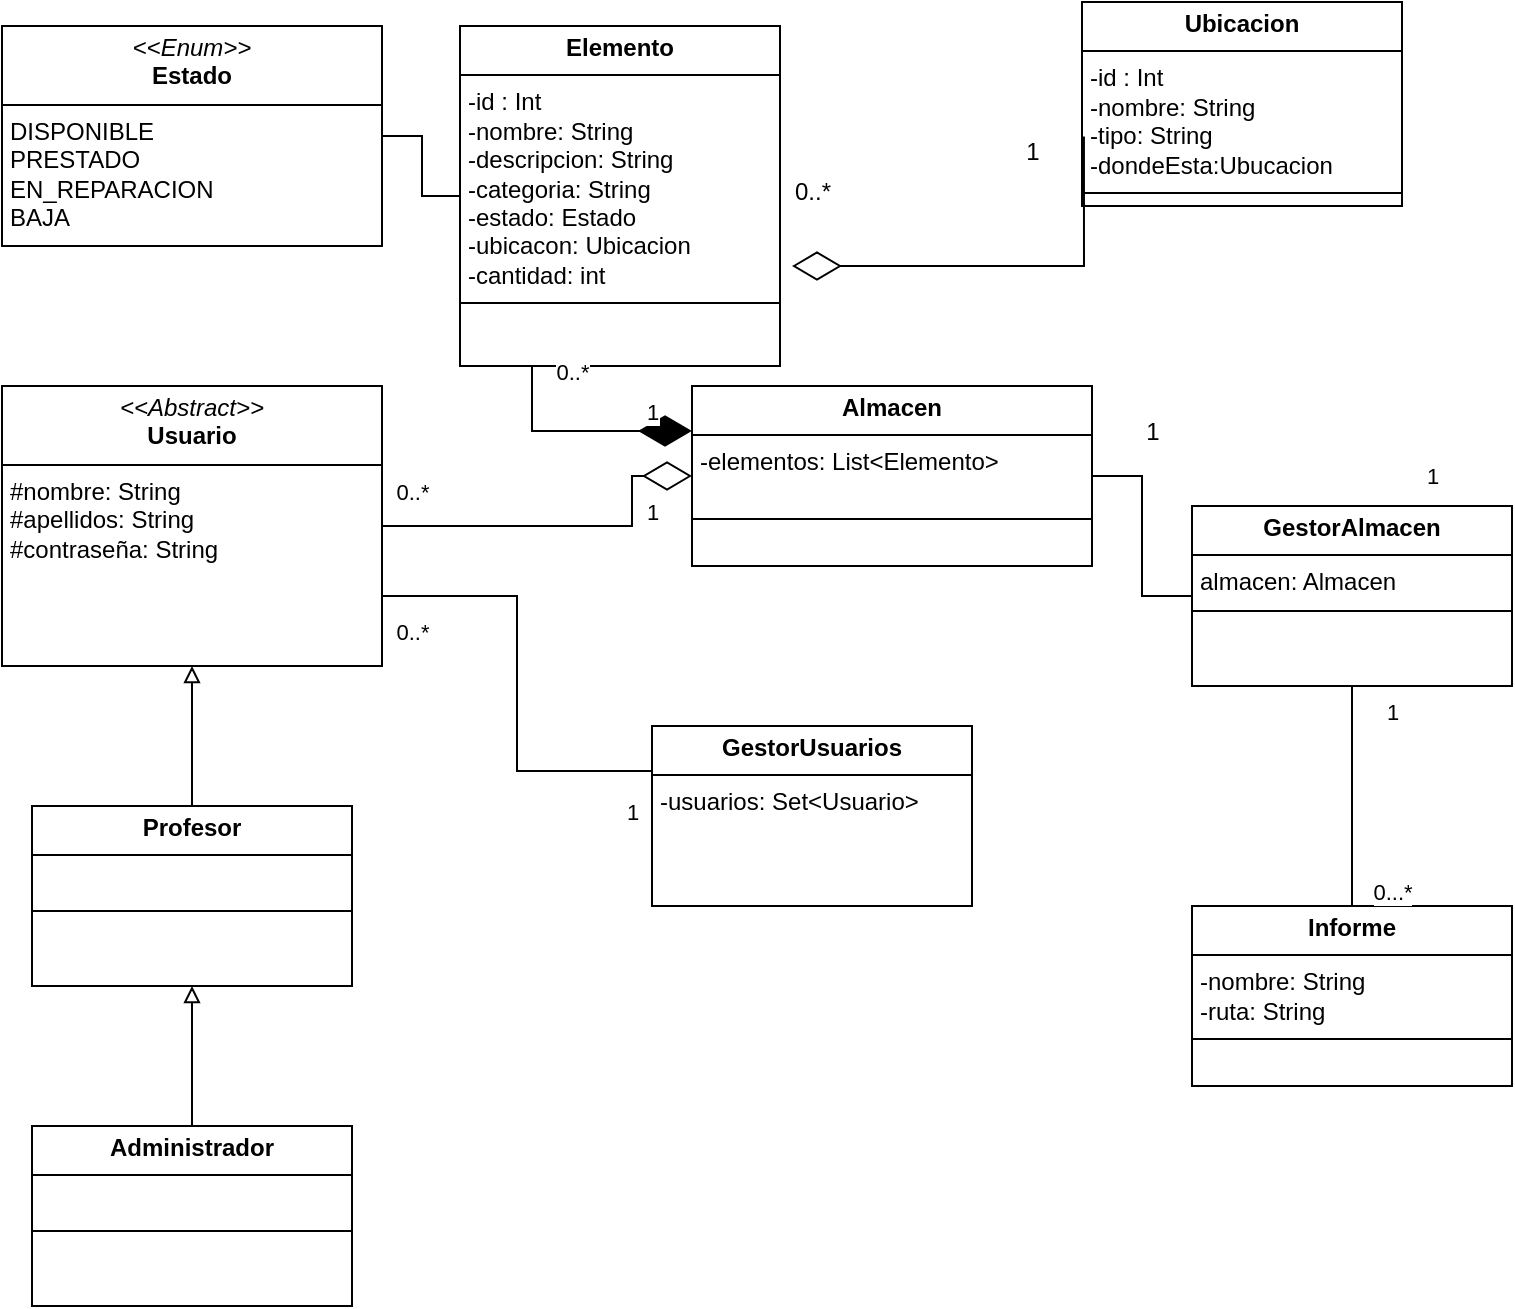
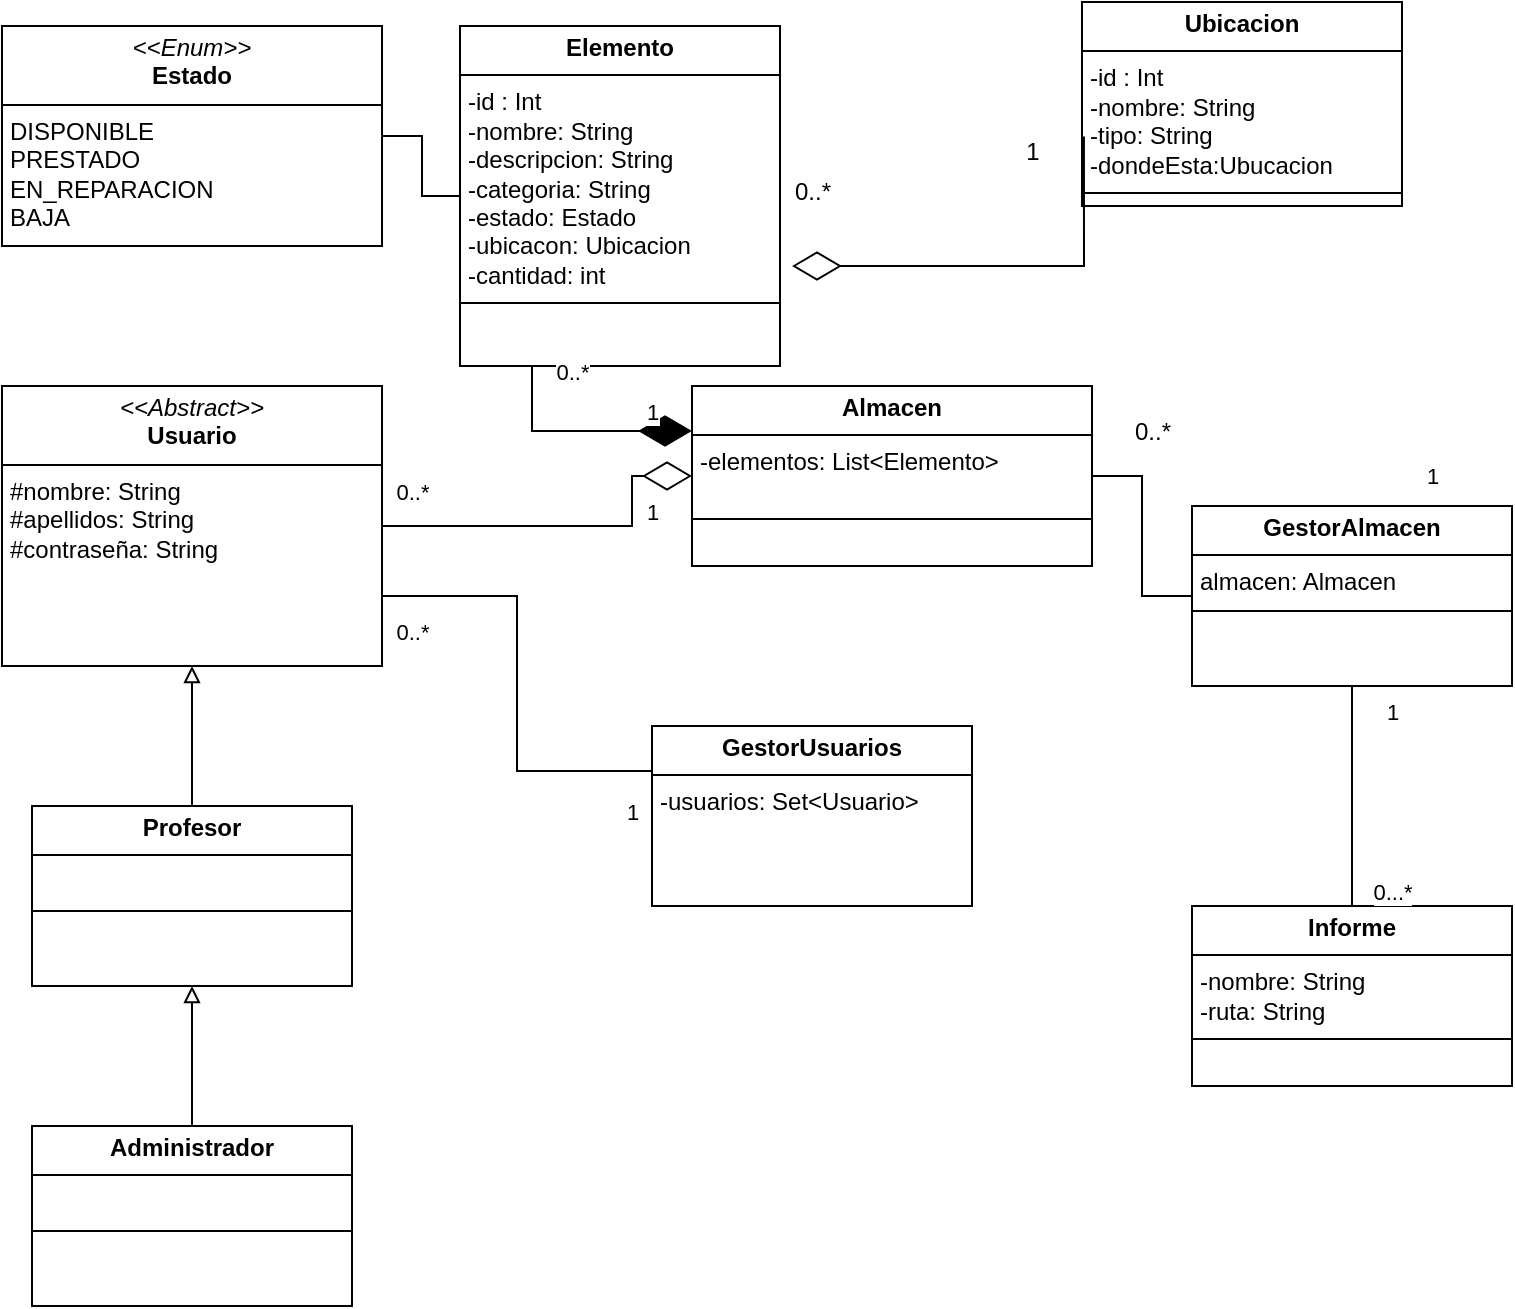
<mxfile host="Electron" agent="Mozilla/5.0 (Windows NT 10.0; Win64; x64) AppleWebKit/537.36 (KHTML, like Gecko) draw.io/27.0.9 Chrome/134.0.6998.205 Electron/35.4.0 Safari/537.36" version="27.0.9">
  <diagram name="Página-1" id="TcyikMFCeleIYH7PnGYs">
-     <mxGraphModel dx="922" dy="866" grid="1" gridSize="10" guides="1" tooltips="1" connect="1" arrows="1" fold="1" page="1" pageScale="1" pageWidth="827" pageHeight="1169" math="0" shadow="0">
+     <mxGraphModel dx="1665" dy="841" grid="1" gridSize="10" guides="1" tooltips="1" connect="1" arrows="1" fold="1" page="1" pageScale="1" pageWidth="827" pageHeight="1169" math="0" shadow="0">
      <root>
        <mxCell id="0" />
        <mxCell id="1" parent="0" />
        <mxCell id="zlNG7Gkw8yNjDqdYWN0c-17" style="edgeStyle=orthogonalEdgeStyle;shape=connector;rounded=0;orthogonalLoop=1;jettySize=auto;html=1;exitX=1;exitY=0.5;exitDx=0;exitDy=0;entryX=0;entryY=0.5;entryDx=0;entryDy=0;strokeColor=default;align=center;verticalAlign=middle;fontFamily=Helvetica;fontSize=11;fontColor=default;labelBackgroundColor=default;endArrow=none;endFill=0;" parent="1" source="zlNG7Gkw8yNjDqdYWN0c-1" target="zlNG7Gkw8yNjDqdYWN0c-8" edge="1">
          <mxGeometry relative="1" as="geometry" />
        </mxCell>
        <mxCell id="zlNG7Gkw8yNjDqdYWN0c-1" value="&lt;p style=&quot;margin:0px;margin-top:4px;text-align:center;&quot;&gt;&lt;b&gt;Almacen&lt;/b&gt;&lt;/p&gt;&lt;hr size=&quot;1&quot; style=&quot;border-style:solid;&quot;&gt;&lt;p style=&quot;margin:0px;margin-left:4px;&quot;&gt;-elementos: List&amp;lt;Elemento&amp;gt;&lt;/p&gt;&lt;p style=&quot;margin:0px;margin-left:4px;&quot;&gt;&lt;br&gt;&lt;/p&gt;&lt;hr size=&quot;1&quot; style=&quot;border-style:solid;&quot;&gt;&lt;p style=&quot;margin:0px;margin-left:4px;&quot;&gt;&lt;br&gt;&lt;/p&gt;" style="verticalAlign=top;align=left;overflow=fill;html=1;whiteSpace=wrap;" parent="1" vertex="1">
          <mxGeometry x="370" y="210" width="200" height="90" as="geometry" />
        </mxCell>
        <mxCell id="zlNG7Gkw8yNjDqdYWN0c-19" style="edgeStyle=orthogonalEdgeStyle;shape=connector;rounded=0;orthogonalLoop=1;jettySize=auto;html=1;exitX=1;exitY=0.75;exitDx=0;exitDy=0;entryX=0;entryY=0.25;entryDx=0;entryDy=0;strokeColor=default;align=center;verticalAlign=middle;fontFamily=Helvetica;fontSize=11;fontColor=default;labelBackgroundColor=default;endArrow=none;endFill=0;" parent="1" source="zlNG7Gkw8yNjDqdYWN0c-2" target="zlNG7Gkw8yNjDqdYWN0c-11" edge="1">
          <mxGeometry relative="1" as="geometry" />
        </mxCell>
        <mxCell id="zlNG7Gkw8yNjDqdYWN0c-21" style="edgeStyle=orthogonalEdgeStyle;shape=connector;rounded=0;orthogonalLoop=1;jettySize=auto;html=1;exitX=1;exitY=0.5;exitDx=0;exitDy=0;entryX=0;entryY=0.5;entryDx=0;entryDy=0;strokeColor=default;align=center;verticalAlign=middle;fontFamily=Helvetica;fontSize=11;fontColor=default;labelBackgroundColor=default;endArrow=diamondThin;endFill=0;endSize=22;" parent="1" source="zlNG7Gkw8yNjDqdYWN0c-2" target="zlNG7Gkw8yNjDqdYWN0c-1" edge="1">
          <mxGeometry relative="1" as="geometry">
            <Array as="points">
              <mxPoint x="340" y="280" />
              <mxPoint x="340" y="255" />
            </Array>
          </mxGeometry>
        </mxCell>
        <mxCell id="zlNG7Gkw8yNjDqdYWN0c-2" value="&lt;p style=&quot;margin:0px;margin-top:4px;text-align:center;&quot;&gt;&lt;i&gt;&amp;lt;&amp;lt;Abstract&amp;gt;&amp;gt;&lt;/i&gt;&lt;br&gt;&lt;b&gt;Usuario&lt;/b&gt;&lt;/p&gt;&lt;hr size=&quot;1&quot; style=&quot;border-style:solid;&quot;&gt;&lt;p style=&quot;margin:0px;margin-left:4px;&quot;&gt;#nombre: String&lt;/p&gt;&lt;p style=&quot;margin:0px;margin-left:4px;&quot;&gt;#apellidos: String&lt;/p&gt;&lt;p style=&quot;margin:0px;margin-left:4px;&quot;&gt;&lt;/p&gt;&lt;p style=&quot;margin:0px;margin-left:4px;&quot;&gt;#contraseña: String&lt;/p&gt;" style="verticalAlign=top;align=left;overflow=fill;html=1;whiteSpace=wrap;" parent="1" vertex="1">
          <mxGeometry x="25" y="210" width="190" height="140" as="geometry" />
        </mxCell>
        <mxCell id="zlNG7Gkw8yNjDqdYWN0c-6" style="edgeStyle=orthogonalEdgeStyle;shape=connector;rounded=0;orthogonalLoop=1;jettySize=auto;html=1;entryX=0.5;entryY=1;entryDx=0;entryDy=0;strokeColor=default;align=center;verticalAlign=middle;fontFamily=Helvetica;fontSize=11;fontColor=default;labelBackgroundColor=default;endArrow=block;endFill=0;" parent="1" source="zlNG7Gkw8yNjDqdYWN0c-3" target="zlNG7Gkw8yNjDqdYWN0c-2" edge="1">
          <mxGeometry relative="1" as="geometry" />
        </mxCell>
        <mxCell id="zlNG7Gkw8yNjDqdYWN0c-3" value="&lt;p style=&quot;margin:0px;margin-top:4px;text-align:center;&quot;&gt;&lt;b&gt;Profesor&lt;/b&gt;&lt;/p&gt;&lt;hr size=&quot;1&quot; style=&quot;border-style:solid;&quot;&gt;&lt;p style=&quot;margin:0px;margin-left:4px;&quot;&gt;&lt;br&gt;&lt;/p&gt;&lt;hr size=&quot;1&quot; style=&quot;border-style:solid;&quot;&gt;&lt;p style=&quot;margin:0px;margin-left:4px;&quot;&gt;&lt;br&gt;&lt;/p&gt;" style="verticalAlign=top;align=left;overflow=fill;html=1;whiteSpace=wrap;" parent="1" vertex="1">
          <mxGeometry x="40" y="420" width="160" height="90" as="geometry" />
        </mxCell>
        <mxCell id="zlNG7Gkw8yNjDqdYWN0c-5" style="edgeStyle=orthogonalEdgeStyle;rounded=0;orthogonalLoop=1;jettySize=auto;html=1;entryX=0.5;entryY=1;entryDx=0;entryDy=0;endArrow=block;endFill=0;" parent="1" source="zlNG7Gkw8yNjDqdYWN0c-4" target="zlNG7Gkw8yNjDqdYWN0c-3" edge="1">
          <mxGeometry relative="1" as="geometry" />
        </mxCell>
        <mxCell id="zlNG7Gkw8yNjDqdYWN0c-4" value="&lt;p style=&quot;margin:0px;margin-top:4px;text-align:center;&quot;&gt;&lt;b&gt;Administrador&lt;/b&gt;&lt;/p&gt;&lt;hr size=&quot;1&quot; style=&quot;border-style:solid;&quot;&gt;&lt;p style=&quot;margin:0px;margin-left:4px;&quot;&gt;&lt;br&gt;&lt;/p&gt;&lt;hr size=&quot;1&quot; style=&quot;border-style:solid;&quot;&gt;&lt;p style=&quot;margin:0px;margin-left:4px;&quot;&gt;&lt;br&gt;&lt;/p&gt;" style="verticalAlign=top;align=left;overflow=fill;html=1;whiteSpace=wrap;" parent="1" vertex="1">
          <mxGeometry x="40" y="580" width="160" height="90" as="geometry" />
        </mxCell>
        <mxCell id="zlNG7Gkw8yNjDqdYWN0c-7" value="&lt;p style=&quot;margin:0px;margin-top:4px;text-align:center;&quot;&gt;&lt;b&gt;Informe&lt;/b&gt;&lt;/p&gt;&lt;hr size=&quot;1&quot; style=&quot;border-style:solid;&quot;&gt;&lt;p style=&quot;margin:0px;margin-left:4px;&quot;&gt;-nombre: String&lt;/p&gt;&lt;p style=&quot;margin:0px;margin-left:4px;&quot;&gt;-ruta: String&lt;/p&gt;&lt;hr size=&quot;1&quot; style=&quot;border-style:solid;&quot;&gt;&lt;p style=&quot;margin:0px;margin-left:4px;&quot;&gt;&lt;br&gt;&lt;/p&gt;" style="verticalAlign=top;align=left;overflow=fill;html=1;whiteSpace=wrap;" parent="1" vertex="1">
          <mxGeometry x="620" y="470" width="160" height="90" as="geometry" />
        </mxCell>
        <mxCell id="zlNG7Gkw8yNjDqdYWN0c-18" style="edgeStyle=orthogonalEdgeStyle;shape=connector;rounded=0;orthogonalLoop=1;jettySize=auto;html=1;exitX=0.5;exitY=1;exitDx=0;exitDy=0;entryX=0.5;entryY=0;entryDx=0;entryDy=0;strokeColor=default;align=center;verticalAlign=middle;fontFamily=Helvetica;fontSize=11;fontColor=default;labelBackgroundColor=default;endArrow=none;endFill=0;" parent="1" source="zlNG7Gkw8yNjDqdYWN0c-8" target="zlNG7Gkw8yNjDqdYWN0c-7" edge="1">
          <mxGeometry relative="1" as="geometry" />
        </mxCell>
        <mxCell id="zlNG7Gkw8yNjDqdYWN0c-8" value="&lt;p style=&quot;margin:0px;margin-top:4px;text-align:center;&quot;&gt;&lt;b&gt;GestorAlmacen&lt;/b&gt;&lt;/p&gt;&lt;hr size=&quot;1&quot; style=&quot;border-style:solid;&quot;&gt;&lt;p style=&quot;margin:0px;margin-left:4px;&quot;&gt;almacen: Almacen&lt;/p&gt;&lt;hr size=&quot;1&quot; style=&quot;border-style:solid;&quot;&gt;&lt;p style=&quot;margin:0px;margin-left:4px;&quot;&gt;&lt;br&gt;&lt;/p&gt;" style="verticalAlign=top;align=left;overflow=fill;html=1;whiteSpace=wrap;" parent="1" vertex="1">
          <mxGeometry x="620" y="270" width="160" height="90" as="geometry" />
        </mxCell>
        <mxCell id="zlNG7Gkw8yNjDqdYWN0c-11" value="&lt;p style=&quot;margin:0px;margin-top:4px;text-align:center;&quot;&gt;&lt;b&gt;GestorUsuarios&lt;/b&gt;&lt;/p&gt;&lt;hr size=&quot;1&quot; style=&quot;border-style:solid;&quot;&gt;&lt;p style=&quot;margin:0px;margin-left:4px;&quot;&gt;-usuarios: Set&amp;lt;Usuario&amp;gt;&lt;/p&gt;" style="verticalAlign=top;align=left;overflow=fill;html=1;whiteSpace=wrap;" parent="1" vertex="1">
          <mxGeometry x="350" y="380" width="160" height="90" as="geometry" />
        </mxCell>
        <mxCell id="zlNG7Gkw8yNjDqdYWN0c-20" style="edgeStyle=orthogonalEdgeStyle;shape=connector;rounded=0;orthogonalLoop=1;jettySize=auto;html=1;exitX=1;exitY=0.75;exitDx=0;exitDy=0;entryX=0;entryY=0.25;entryDx=0;entryDy=0;strokeColor=default;align=center;verticalAlign=middle;fontFamily=Helvetica;fontSize=11;fontColor=default;labelBackgroundColor=default;endArrow=diamondThin;endFill=1;endSize=24;" parent="1" source="zlNG7Gkw8yNjDqdYWN0c-12" target="zlNG7Gkw8yNjDqdYWN0c-1" edge="1">
          <mxGeometry relative="1" as="geometry">
            <Array as="points">
              <mxPoint x="290" y="108" />
              <mxPoint x="290" y="233" />
            </Array>
          </mxGeometry>
        </mxCell>
        <mxCell id="zlNG7Gkw8yNjDqdYWN0c-12" value="&lt;p style=&quot;margin:0px;margin-top:4px;text-align:center;&quot;&gt;&lt;b&gt;Elemento&lt;/b&gt;&lt;/p&gt;&lt;hr size=&quot;1&quot; style=&quot;border-style:solid;&quot;&gt;&lt;p style=&quot;margin:0px;margin-left:4px;&quot;&gt;-id : Int&lt;/p&gt;&lt;p style=&quot;margin:0px;margin-left:4px;&quot;&gt;-nombre: String&amp;nbsp;&lt;/p&gt;&lt;p style=&quot;margin:0px;margin-left:4px;&quot;&gt;-descripcion: String&lt;/p&gt;&lt;p style=&quot;margin:0px;margin-left:4px;&quot;&gt;-categoria: String&lt;/p&gt;&lt;p style=&quot;margin:0px;margin-left:4px;&quot;&gt;-estado: Estado&lt;/p&gt;&lt;p style=&quot;margin:0px;margin-left:4px;&quot;&gt;-ubicacon: Ubicacion&lt;/p&gt;&lt;p style=&quot;margin:0px;margin-left:4px;&quot;&gt;-cantidad: int&lt;/p&gt;&lt;hr size=&quot;1&quot; style=&quot;border-style:solid;&quot;&gt;&lt;p style=&quot;margin:0px;margin-left:4px;&quot;&gt;&lt;br&gt;&lt;/p&gt;" style="verticalAlign=top;align=left;overflow=fill;html=1;whiteSpace=wrap;" parent="1" vertex="1">
          <mxGeometry x="254" y="30" width="160" height="170" as="geometry" />
        </mxCell>
        <mxCell id="zlNG7Gkw8yNjDqdYWN0c-24" style="edgeStyle=orthogonalEdgeStyle;shape=connector;rounded=0;orthogonalLoop=1;jettySize=auto;html=1;entryX=0;entryY=0.5;entryDx=0;entryDy=0;strokeColor=default;align=center;verticalAlign=middle;fontFamily=Helvetica;fontSize=11;fontColor=default;labelBackgroundColor=default;endArrow=none;endFill=0;" parent="1" source="zlNG7Gkw8yNjDqdYWN0c-23" target="zlNG7Gkw8yNjDqdYWN0c-12" edge="1">
          <mxGeometry relative="1" as="geometry" />
        </mxCell>
        <mxCell id="zlNG7Gkw8yNjDqdYWN0c-23" value="&lt;p style=&quot;margin:0px;margin-top:4px;text-align:center;&quot;&gt;&lt;i&gt;&amp;lt;&amp;lt;Enum&amp;gt;&amp;gt;&lt;/i&gt;&lt;br&gt;&lt;b&gt;Estado&lt;/b&gt;&lt;/p&gt;&lt;hr size=&quot;1&quot; style=&quot;border-style:solid;&quot;&gt;&lt;p style=&quot;margin:0px;margin-left:4px;&quot;&gt;DISPONIBLE&lt;/p&gt;&lt;p style=&quot;margin:0px;margin-left:4px;&quot;&gt;PRESTADO&lt;/p&gt;&lt;p style=&quot;margin:0px;margin-left:4px;&quot;&gt;EN_REPARACION&lt;/p&gt;&lt;p style=&quot;margin:0px;margin-left:4px;&quot;&gt;BAJA&lt;br&gt;&lt;br&gt;&lt;/p&gt;" style="verticalAlign=top;align=left;overflow=fill;html=1;whiteSpace=wrap;" parent="1" vertex="1">
          <mxGeometry x="25" y="30" width="190" height="110" as="geometry" />
        </mxCell>
        <mxCell id="XgDO8XYOS-DKICzPd_4A-3" value="1" style="text;html=1;align=center;verticalAlign=middle;resizable=0;points=[];autosize=1;strokeColor=none;fillColor=none;fontFamily=Helvetica;fontSize=11;fontColor=default;labelBackgroundColor=default;" parent="1" vertex="1">
          <mxGeometry x="705" y="358" width="30" height="30" as="geometry" />
        </mxCell>
        <mxCell id="XgDO8XYOS-DKICzPd_4A-4" value="0...*" style="text;html=1;align=center;verticalAlign=middle;resizable=0;points=[];autosize=1;strokeColor=none;fillColor=none;fontFamily=Helvetica;fontSize=11;fontColor=default;labelBackgroundColor=default;" parent="1" vertex="1">
          <mxGeometry x="700" y="448" width="40" height="30" as="geometry" />
        </mxCell>
        <mxCell id="XgDO8XYOS-DKICzPd_4A-6" value="1" style="text;html=1;align=center;verticalAlign=middle;resizable=0;points=[];autosize=1;strokeColor=none;fillColor=none;fontFamily=Helvetica;fontSize=11;fontColor=default;labelBackgroundColor=default;" parent="1" vertex="1">
          <mxGeometry x="725" y="240" width="30" height="30" as="geometry" />
        </mxCell>
        <mxCell id="XgDO8XYOS-DKICzPd_4A-11" value="0..*" style="text;html=1;align=center;verticalAlign=middle;resizable=0;points=[];autosize=1;strokeColor=none;fillColor=none;fontFamily=Helvetica;fontSize=11;fontColor=default;labelBackgroundColor=default;" parent="1" vertex="1">
          <mxGeometry x="210" y="318" width="40" height="30" as="geometry" />
        </mxCell>
        <mxCell id="XgDO8XYOS-DKICzPd_4A-12" value="1" style="text;html=1;align=center;verticalAlign=middle;resizable=0;points=[];autosize=1;strokeColor=none;fillColor=none;fontFamily=Helvetica;fontSize=11;fontColor=default;labelBackgroundColor=default;" parent="1" vertex="1">
          <mxGeometry x="325" y="408" width="30" height="30" as="geometry" />
        </mxCell>
        <mxCell id="XgDO8XYOS-DKICzPd_4A-13" value="1" style="text;html=1;align=center;verticalAlign=middle;resizable=0;points=[];autosize=1;strokeColor=none;fillColor=none;fontFamily=Helvetica;fontSize=11;fontColor=default;labelBackgroundColor=default;" parent="1" vertex="1">
          <mxGeometry x="335" y="258" width="30" height="30" as="geometry" />
        </mxCell>
        <mxCell id="XgDO8XYOS-DKICzPd_4A-14" value="0..*" style="text;html=1;align=center;verticalAlign=middle;resizable=0;points=[];autosize=1;strokeColor=none;fillColor=none;fontFamily=Helvetica;fontSize=11;fontColor=default;labelBackgroundColor=default;" parent="1" vertex="1">
          <mxGeometry x="210" y="248" width="40" height="30" as="geometry" />
        </mxCell>
        <mxCell id="XgDO8XYOS-DKICzPd_4A-15" value="0..*" style="text;html=1;align=center;verticalAlign=middle;resizable=0;points=[];autosize=1;strokeColor=none;fillColor=none;fontFamily=Helvetica;fontSize=11;fontColor=default;labelBackgroundColor=default;" parent="1" vertex="1">
          <mxGeometry x="290" y="188" width="40" height="30" as="geometry" />
        </mxCell>
        <mxCell id="XgDO8XYOS-DKICzPd_4A-16" value="1" style="text;html=1;align=center;verticalAlign=middle;resizable=0;points=[];autosize=1;strokeColor=none;fillColor=none;fontFamily=Helvetica;fontSize=11;fontColor=default;labelBackgroundColor=default;" parent="1" vertex="1">
          <mxGeometry x="335" y="208" width="30" height="30" as="geometry" />
        </mxCell>
        <mxCell id="7Q6dTqiYLVefuhtxoKbj-3" value="&lt;p style=&quot;margin:0px;margin-top:4px;text-align:center;&quot;&gt;&lt;b&gt;Ubicacion&lt;/b&gt;&lt;/p&gt;&lt;hr size=&quot;1&quot; style=&quot;border-style:solid;&quot;&gt;&lt;p style=&quot;margin:0px;margin-left:4px;&quot;&gt;-id : Int&lt;/p&gt;&lt;p style=&quot;margin:0px;margin-left:4px;&quot;&gt;-nombre: String&amp;nbsp;&lt;/p&gt;&lt;p style=&quot;margin:0px;margin-left:4px;&quot;&gt;-tipo: String&lt;/p&gt;&lt;p style=&quot;margin:0px;margin-left:4px;&quot;&gt;-dondeEsta:Ubucacion&lt;/p&gt;&lt;hr size=&quot;1&quot; style=&quot;border-style:solid;&quot;&gt;&lt;p style=&quot;margin:0px;margin-left:4px;&quot;&gt;&lt;br&gt;&lt;/p&gt;" style="verticalAlign=top;align=left;overflow=fill;html=1;whiteSpace=wrap;" parent="1" vertex="1">
          <mxGeometry x="565" y="18" width="160" height="102" as="geometry" />
        </mxCell>
        <mxCell id="7Q6dTqiYLVefuhtxoKbj-8" style="edgeStyle=orthogonalEdgeStyle;shape=connector;rounded=0;orthogonalLoop=1;jettySize=auto;html=1;exitX=0.006;exitY=0.659;exitDx=0;exitDy=0;strokeColor=default;align=center;verticalAlign=middle;fontFamily=Helvetica;fontSize=11;fontColor=default;labelBackgroundColor=default;endArrow=diamondThin;endFill=0;endSize=22;exitPerimeter=0;" parent="1" source="7Q6dTqiYLVefuhtxoKbj-3" edge="1">
          <mxGeometry relative="1" as="geometry">
            <Array as="points">
              <mxPoint x="566" y="150" />
            </Array>
            <mxPoint x="510" y="175" as="sourcePoint" />
            <mxPoint x="420" y="150" as="targetPoint" />
          </mxGeometry>
        </mxCell>
-         <mxCell id="j0BZeFXrKmpLYwLQDFHL-1" value="1" style="text;html=1;align=center;verticalAlign=middle;resizable=0;points=[];autosize=1;strokeColor=none;fillColor=none;" vertex="1" parent="1">
-           <mxGeometry x="585" y="218" width="30" height="30" as="geometry" />
+         <mxCell id="j0BZeFXrKmpLYwLQDFHL-1" value="0..*" style="text;html=1;align=center;verticalAlign=middle;resizable=0;points=[];autosize=1;strokeColor=none;fillColor=none;" parent="1" vertex="1">
+           <mxGeometry x="580" y="218" width="40" height="30" as="geometry" />
        </mxCell>
-         <mxCell id="j0BZeFXrKmpLYwLQDFHL-2" value="1" style="text;html=1;align=center;verticalAlign=middle;resizable=0;points=[];autosize=1;strokeColor=none;fillColor=none;" vertex="1" parent="1">
+         <mxCell id="j0BZeFXrKmpLYwLQDFHL-2" value="1" style="text;html=1;align=center;verticalAlign=middle;resizable=0;points=[];autosize=1;strokeColor=none;fillColor=none;" parent="1" vertex="1">
          <mxGeometry x="525" y="78" width="30" height="30" as="geometry" />
        </mxCell>
-         <mxCell id="j0BZeFXrKmpLYwLQDFHL-3" value="0..*" style="text;html=1;align=center;verticalAlign=middle;resizable=0;points=[];autosize=1;strokeColor=none;fillColor=none;" vertex="1" parent="1">
+         <mxCell id="j0BZeFXrKmpLYwLQDFHL-3" value="0..*" style="text;html=1;align=center;verticalAlign=middle;resizable=0;points=[];autosize=1;strokeColor=none;fillColor=none;" parent="1" vertex="1">
          <mxGeometry x="410" y="98" width="40" height="30" as="geometry" />
        </mxCell>
      </root>
    </mxGraphModel>
  </diagram>
</mxfile>
